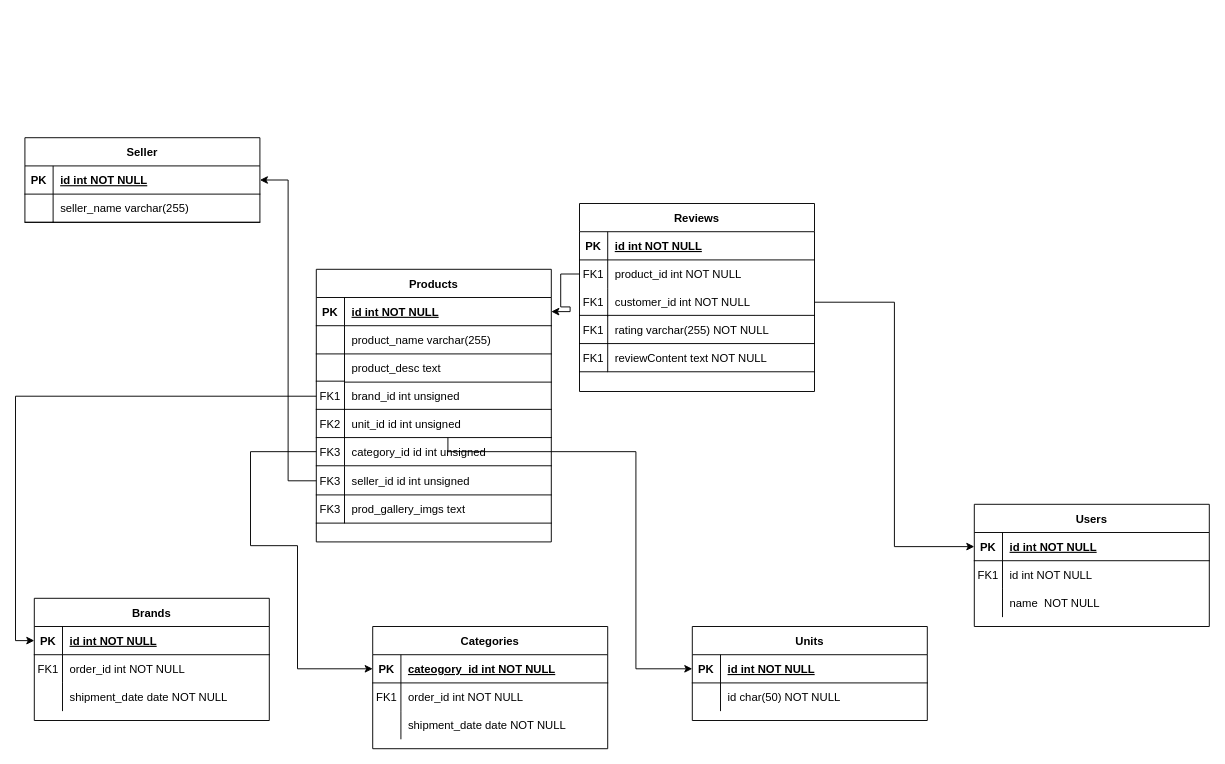
Above: database/migrations/Untitled Diagram.drawio in yashmali408/new-laravel-project- (draw.io), before the change. Source tidied: cells renumbered, new cells numbered last; positions are measured from the earlier drawing's top-left corner, leaving out a move shared by most shapes. Both pictures are drawn from the tidied source at 94%, with x=0, y=0 at pixel (24, 137).
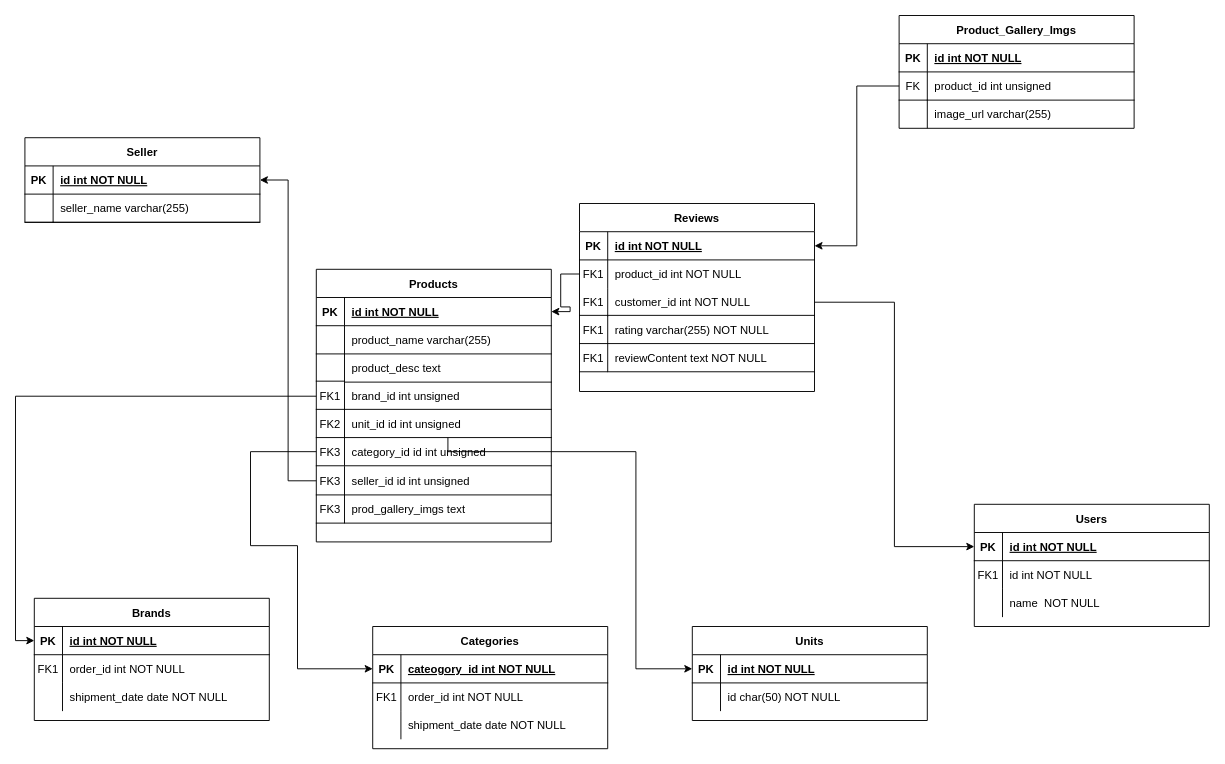
After the change.

The change refers to these unchanged cells:
```xml
<mxCell id="73" style="shape=partialRectangle;fillColor=none;points=[[0,0.5],[1,0.5]];portConstraint=eastwest;top=0;left=0;right=0;bottom=1;" parent="72" vertex="1">
  <mxGeometry y="30" width="250" height="30" as="geometry" />
</mxCell>
```

The edit, as a diff of the source:
```diff
@@
+    <mxCell id="98" style="group;" parent="1" vertex="1">
+      <mxGeometry x="930" y="-130" width="250" height="120" as="geometry" />
+    </mxCell>
+    <mxCell id="99" style="group;" parent="98" vertex="1">
+      <mxGeometry width="250" height="120" as="geometry" />
+    </mxCell>
+    <mxCell id="100" style="group;" parent="99" vertex="1">
+      <mxGeometry width="250" height="120" as="geometry" />
+    </mxCell>
+    <mxCell id="101" style="group;" parent="100" vertex="1">
+      <mxGeometry width="250" height="120" as="geometry" />
+    </mxCell>
+    <mxCell id="102" style="group;" parent="101" vertex="1">
+      <mxGeometry width="250" height="120" as="geometry" />
+    </mxCell>
+    <mxCell id="103" value="Product_Gallery_Imgs" style="shape=table;startSize=30;childLayout=tableLayout;rowLines=0;fontStyle=1;align=center;" parent="102" vertex="1">
+      <mxGeometry width="250" height="120" as="geometry" />
+    </mxCell>
+    <mxCell id="104" style="shape=partialRectangle;fillColor=none;top=0;left=0;right=0;bottom=1;" parent="103" vertex="1">
+      <mxGeometry y="30" width="250" height="30" as="geometry" />
+    </mxCell>
+    <mxCell id="105" value="PK" style="shape=partialRectangle;overflow=hidden;fillColor=none;top=0;left=0;bottom=0;right=0;fontStyle=1;" parent="104" vertex="1">
+      <mxGeometry width="30" height="30" as="geometry" />
+    </mxCell>
+    <mxCell id="106" value="id int NOT NULL " style="shape=partialRectangle;overflow=hidden;fillColor=none;top=0;left=0;bottom=0;right=0;align=left;spacingLeft=6;fontStyle=5;" parent="104" vertex="1">
+      <mxGeometry x="30" width="220" height="30" as="geometry" />
+    </mxCell>
+    <mxCell id="107" style="shape=partialRectangle;fillColor=none;points=[[0,0.5],[1,0.5]];portConstraint=eastwest;top=0;left=0;right=0;bottom=0;" parent="103" vertex="1">
+      <mxGeometry y="60" width="250" height="30" as="geometry" />
+    </mxCell>
+    <mxCell id="108" value="FK" style="shape=partialRectangle;overflow=hidden;fillColor=none;top=0;left=0;bottom=0;right=0;" parent="107" vertex="1">
+      <mxGeometry width="30" height="30" as="geometry" />
+    </mxCell>
+    <mxCell id="109" value="product_id int unsigned" style="shape=partialRectangle;overflow=hidden;fillColor=none;top=0;left=0;bottom=0;right=0;align=left;spacingLeft=6;" parent="107" vertex="1">
+      <mxGeometry x="30" width="220" height="30" as="geometry" />
+    </mxCell>
+    <mxCell id="110" style="shape=partialRectangle;fillColor=none;top=0;left=0;right=0;bottom=0;" parent="103" vertex="1">
+      <mxGeometry y="90" width="250" height="30" as="geometry" />
+    </mxCell>
+    <mxCell id="111" style="shape=partialRectangle;overflow=hidden;fillColor=none;top=1;left=0;bottom=0;right=0;" parent="110" vertex="1">
+      <mxGeometry width="30" height="30" as="geometry" />
+    </mxCell>
+    <mxCell id="112" value="image_url varchar(255)" style="shape=partialRectangle;overflow=hidden;fillColor=none;top=1;left=0;bottom=0;right=0;align=left;spacingLeft=6;" parent="110" vertex="1">
+      <mxGeometry x="30" width="220" height="30" as="geometry" />
+    </mxCell>
+    <mxCell id="113" style="edgeStyle=orthogonalEdgeStyle;rounded=0;jettySize=auto;html=1;" parent="1" edge="1" source="107" target="73">
+      <mxGeometry relative="1" as="geometry" />
+    </mxCell>
```
